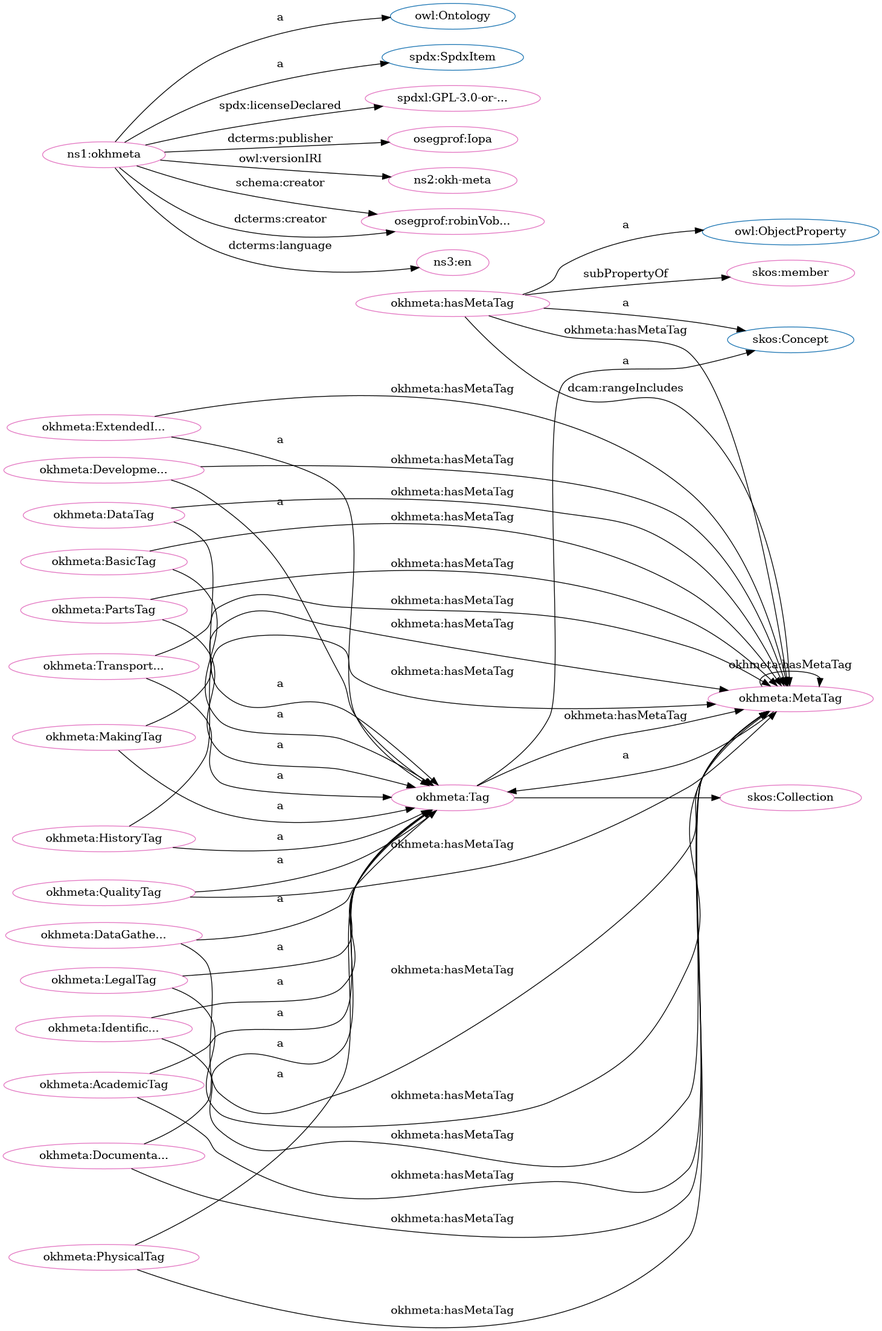
iop-alliance/OpenKnowHow keeps this Graphviz diagram as src/spec/dot_okh-meta.png. Above is the earlier version. Its source is kept beside it as src/spec/dot_okh-meta.dot.
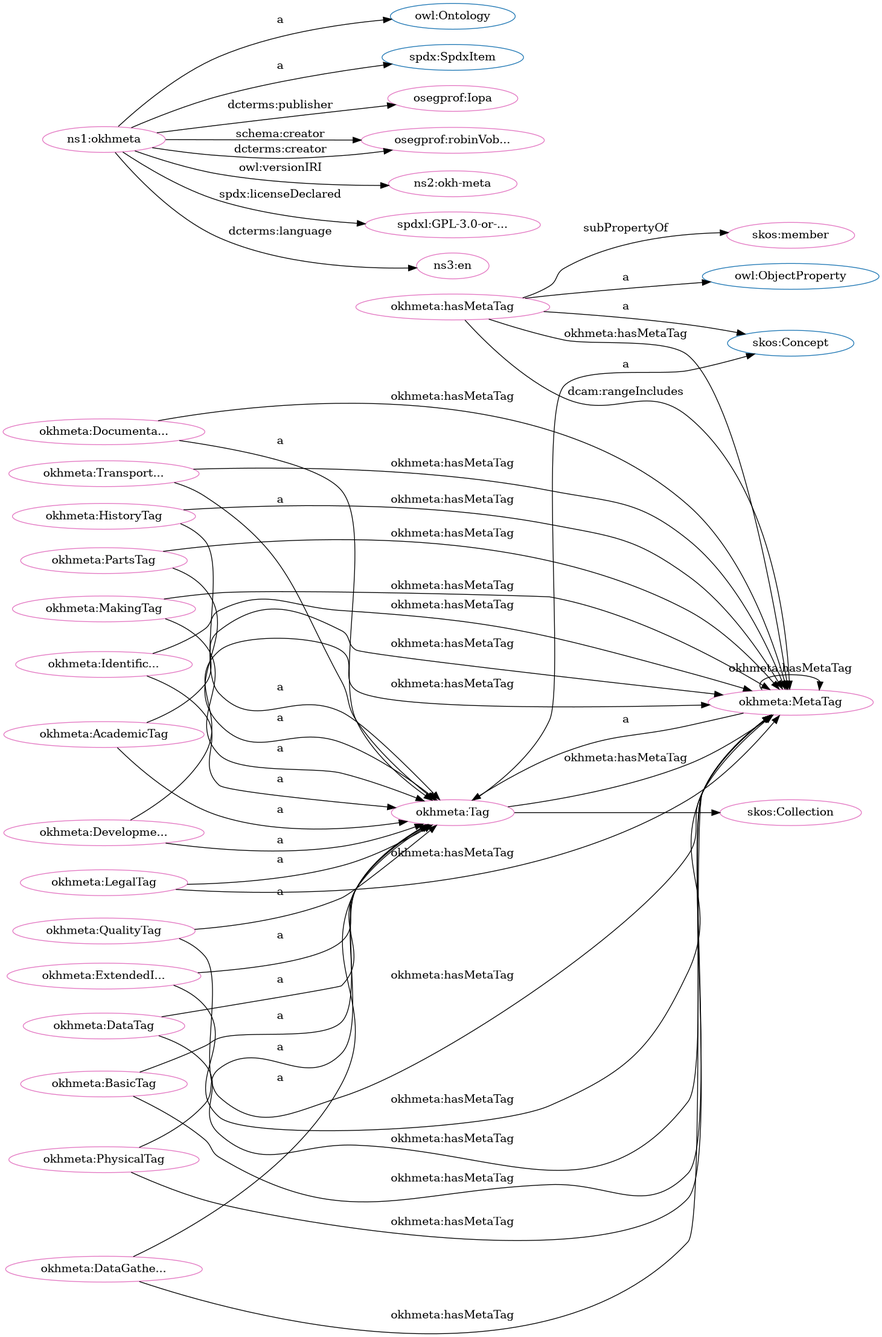
After the commit.

The edit, as a diff of the source:
```diff
@@ -1,84 +1,84 @@
 digraph G {
   rankdir=BT
   node[height=.3]
+"http://www.w3.org/2004/02/skos/core#Concept" [fillcolor="#1f77b4" color="#1f77b4" label="skos:Concept"]
+"http://w3id.org/oseg/ont/okhmeta#Tag" [fillcolor="#1f77b4" color="#1f77b4" label="okhmeta:Tag"]
 "http://www.w3.org/2004/02/skos/core#Collection" [fillcolor="#1f77b4" color="#1f77b4" label="skos:Collection"]
 "http://www.w3.org/2002/07/owl#Ontology" [fillcolor="#1f77b4" color="#1f77b4" label="owl:Ontology"]
+"http://spdx.org/rdf/terms#SpdxItem" [fillcolor="#1f77b4" color="#1f77b4" label="spdx:SpdxItem"]
 "http://www.w3.org/2002/07/owl#ObjectProperty" [fillcolor="#1f77b4" color="#1f77b4" label="owl:ObjectProperty"]
-"http://w3id.org/oseg/ont/okhmeta#Tag" [fillcolor="#1f77b4" color="#1f77b4" label="okhmeta:Tag"]
-"http://www.w3.org/2004/02/skos/core#Concept" [fillcolor="#1f77b4" color="#1f77b4" label="skos:Concept"]
-"http://spdx.org/rdf/terms#SpdxItem" [fillcolor="#1f77b4" color="#1f77b4" label="spdx:SpdxItem"]
 "http://w3id.org/oseg/ont/okhmeta" [fillcolor="#e377c2" color="#e377c2" label="ns1:okhmeta"]
 "http://w3id.org/oseg/ont/okhmeta#MetaTag" [fillcolor="#e377c2" color="#e377c2" label="okhmeta:MetaTag"]
+"http://w3id.org/oseg/ont/oseg-profiles#Iopa" [fillcolor="#e377c2" color="#e377c2" label="osegprof:Iopa"]
+"http://w3id.org/oseg/ont/oseg-profiles#robinVobruba" [fillcolor="#e377c2" color="#e377c2" label="osegprof:robinVob..."]
+"http://w3id.org/oseg/ont/okhmeta#hasMetaTag" [fillcolor="#e377c2" color="#e377c2" label="okhmeta:hasMetaTag"]
+"http://w3id.org/oseg/ont/okhmeta#ExtendedInfoTag" [fillcolor="#e377c2" color="#e377c2" label="okhmeta:ExtendedI..."]
+"http://w3id.org/oseg/ont/okhmeta#HistoryTag" [fillcolor="#e377c2" color="#e377c2" label="okhmeta:HistoryTag"]
+"http://w3id.org/oseg/ont/okhmeta#DocumentationTag" [fillcolor="#e377c2" color="#e377c2" label="okhmeta:Documenta..."]
+"http://w3id.org/oseg/ont/okhmeta#QualityTag" [fillcolor="#e377c2" color="#e377c2" label="okhmeta:QualityTag"]
+"http://w3id.org/oseg/ont/okhmeta#IdentificationTag" [fillcolor="#e377c2" color="#e377c2" label="okhmeta:Identific..."]
+"http://w3id.org/oseg/ont/okhmeta#TransportationTag" [fillcolor="#e377c2" color="#e377c2" label="okhmeta:Transport..."]
+"http://www.w3.org/2004/02/skos/core#Collection" [fillcolor="#e377c2" color="#e377c2" label="skos:Collection"]
+"http://w3id.org/oseg/ont/okhmeta#PhysicalTag" [fillcolor="#e377c2" color="#e377c2" label="okhmeta:PhysicalTag"]
+"http://w3id.org/oseg/ont/okhmeta#LegalTag" [fillcolor="#e377c2" color="#e377c2" label="okhmeta:LegalTag"]
+"http://w3id.org/oseg/ont/okhmeta#DataGatheringTag" [fillcolor="#e377c2" color="#e377c2" label="okhmeta:DataGathe..."]
+"http://w3id.org/oseg/ont/1.1.0/okh-meta" [fillcolor="#e377c2" color="#e377c2" label="ns2:okh-meta"]
+"http://w3id.org/oseg/ont/okhmeta#AcademicTag" [fillcolor="#e377c2" color="#e377c2" label="okhmeta:AcademicTag"]
+"http://w3id.org/oseg/ont/okhmeta#Tag" [fillcolor="#e377c2" color="#e377c2" label="okhmeta:Tag"]
+"http://www.w3.org/2004/02/skos/core#member" [fillcolor="#e377c2" color="#e377c2" label="skos:member"]
+"http://spdx.org/licenses/GPL-3.0-or-later" [fillcolor="#e377c2" color="#e377c2" label="spdxl:GPL-3.0-or-..."]
+"http://id.loc.gov/vocabulary/iso639-1/en" [fillcolor="#e377c2" color="#e377c2" label="ns3:en"]
+"http://w3id.org/oseg/ont/okhmeta#BasicTag" [fillcolor="#e377c2" color="#e377c2" label="okhmeta:BasicTag"]
+"http://w3id.org/oseg/ont/okhmeta#DevelopmentTag" [fillcolor="#e377c2" color="#e377c2" label="okhmeta:Developme..."]
+"http://w3id.org/oseg/ont/okhmeta#MakingTag" [fillcolor="#e377c2" color="#e377c2" label="okhmeta:MakingTag"]
+"http://w3id.org/oseg/ont/okhmeta#DataTag" [fillcolor="#e377c2" color="#e377c2" label="okhmeta:DataTag"]
 "http://w3id.org/oseg/ont/okhmeta#PartsTag" [fillcolor="#e377c2" color="#e377c2" label="okhmeta:PartsTag"]
-"http://www.w3.org/2004/02/skos/core#member" [fillcolor="#e377c2" color="#e377c2" label="skos:member"]
-"http://w3id.org/oseg/ont/okhmeta#AcademicTag" [fillcolor="#e377c2" color="#e377c2" label="okhmeta:AcademicTag"]
-"http://www.w3.org/2004/02/skos/core#Collection" [fillcolor="#e377c2" color="#e377c2" label="skos:Collection"]
-"http://w3id.org/oseg/ont/okhmeta#hasMetaTag" [fillcolor="#e377c2" color="#e377c2" label="okhmeta:hasMetaTag"]
-"http://spdx.org/licenses/GPL-3.0-or-later" [fillcolor="#e377c2" color="#e377c2" label="spdxl:GPL-3.0-or-..."]
-"http://w3id.org/oseg/ont/okhmeta#ExtendedInfoTag" [fillcolor="#e377c2" color="#e377c2" label="okhmeta:ExtendedI..."]
-"http://w3id.org/oseg/ont/okhmeta#DataGatheringTag" [fillcolor="#e377c2" color="#e377c2" label="okhmeta:DataGathe..."]
-"http://w3id.org/oseg/ont/okhmeta#IdentificationTag" [fillcolor="#e377c2" color="#e377c2" label="okhmeta:Identific..."]
-"http://w3id.org/oseg/ont/okhmeta#DevelopmentTag" [fillcolor="#e377c2" color="#e377c2" label="okhmeta:Developme..."]
-"http://w3id.org/oseg/ont/oseg-profiles#Iopa" [fillcolor="#e377c2" color="#e377c2" label="osegprof:Iopa"]
-"http://w3id.org/oseg/ont/okhmeta#DataTag" [fillcolor="#e377c2" color="#e377c2" label="okhmeta:DataTag"]
-"http://w3id.org/oseg/ont/okhmeta#QualityTag" [fillcolor="#e377c2" color="#e377c2" label="okhmeta:QualityTag"]
-"http://w3id.org/oseg/ont/1.1.0/okh-meta" [fillcolor="#e377c2" color="#e377c2" label="ns2:okh-meta"]
-"http://w3id.org/oseg/ont/oseg-profiles#robinVobruba" [fillcolor="#e377c2" color="#e377c2" label="osegprof:robinVob..."]
-"http://w3id.org/oseg/ont/okhmeta#Tag" [fillcolor="#e377c2" color="#e377c2" label="okhmeta:Tag"]
-"http://w3id.org/oseg/ont/okhmeta#PhysicalTag" [fillcolor="#e377c2" color="#e377c2" label="okhmeta:PhysicalTag"]
-"http://w3id.org/oseg/ont/okhmeta#MakingTag" [fillcolor="#e377c2" color="#e377c2" label="okhmeta:MakingTag"]
-"http://w3id.org/oseg/ont/okhmeta#DocumentationTag" [fillcolor="#e377c2" color="#e377c2" label="okhmeta:Documenta..."]
-"http://w3id.org/oseg/ont/okhmeta#HistoryTag" [fillcolor="#e377c2" color="#e377c2" label="okhmeta:HistoryTag"]
-"http://w3id.org/oseg/ont/okhmeta#LegalTag" [fillcolor="#e377c2" color="#e377c2" label="okhmeta:LegalTag"]
-"http://w3id.org/oseg/ont/okhmeta#TransportationTag" [fillcolor="#e377c2" color="#e377c2" label="okhmeta:Transport..."]
-"http://w3id.org/oseg/ont/okhmeta#BasicTag" [fillcolor="#e377c2" color="#e377c2" label="okhmeta:BasicTag"]
-"http://id.loc.gov/vocabulary/iso639-1/en" [fillcolor="#e377c2" color="#e377c2" label="ns3:en"]
-  "http://w3id.org/oseg/ont/okhmeta#HistoryTag" -> "http://w3id.org/oseg/ont/okhmeta#MetaTag" [label="okhmeta:hasMetaTag"]
+  "http://w3id.org/oseg/ont/okhmeta#Tag" -> "http://w3id.org/oseg/ont/okhmeta#MetaTag" [label="okhmeta:hasMetaTag"]
+  "http://w3id.org/oseg/ont/okhmeta" -> "http://w3id.org/oseg/ont/oseg-profiles#robinVobruba" [label="schema:creator"]
+  "http://w3id.org/oseg/ont/okhmeta#HistoryTag" -> "http://w3id.org/oseg/ont/okhmeta#Tag" [label="a"]
+  "http://w3id.org/oseg/ont/okhmeta#MetaTag" -> "http://w3id.org/oseg/ont/okhmeta#MetaTag" [label="okhmeta:hasMetaTag"]
+  "http://w3id.org/oseg/ont/okhmeta#hasMetaTag" -> "http://www.w3.org/2004/02/skos/core#Concept" [label="a"]
+  "http://w3id.org/oseg/ont/okhmeta#QualityTag" -> "http://w3id.org/oseg/ont/okhmeta#Tag" [label="a"]
+  "http://w3id.org/oseg/ont/okhmeta#hasMetaTag" -> "http://w3id.org/oseg/ont/okhmeta#MetaTag" [label="dcam:rangeIncludes"]
   "http://w3id.org/oseg/ont/okhmeta#Tag" -> "http://www.w3.org/2004/02/skos/core#Collection" [label=""]
+  "http://w3id.org/oseg/ont/okhmeta#LegalTag" -> "http://w3id.org/oseg/ont/okhmeta#Tag" [label="a"]
+  "http://w3id.org/oseg/ont/okhmeta" -> "http://w3id.org/oseg/ont/1.1.0/okh-meta" [label="owl:versionIRI"]
+  "http://w3id.org/oseg/ont/okhmeta#DevelopmentTag" -> "http://w3id.org/oseg/ont/okhmeta#MetaTag" [label="okhmeta:hasMetaTag"]
+  "http://w3id.org/oseg/ont/okhmeta#AcademicTag" -> "http://w3id.org/oseg/ont/okhmeta#Tag" [label="a"]
+  "http://w3id.org/oseg/ont/okhmeta#Tag" -> "http://www.w3.org/2004/02/skos/core#Concept" [label="a"]
+  "http://w3id.org/oseg/ont/okhmeta#MetaTag" -> "http://w3id.org/oseg/ont/okhmeta#Tag" [label="a"]
+  "http://w3id.org/oseg/ont/okhmeta#DataGatheringTag" -> "http://w3id.org/oseg/ont/okhmeta#MetaTag" [label="okhmeta:hasMetaTag"]
   "http://w3id.org/oseg/ont/okhmeta" -> "http://spdx.org/licenses/GPL-3.0-or-later" [label="spdx:licenseDeclared"]
+  "http://w3id.org/oseg/ont/okhmeta#ExtendedInfoTag" -> "http://w3id.org/oseg/ont/okhmeta#MetaTag" [label="okhmeta:hasMetaTag"]
+  "http://w3id.org/oseg/ont/okhmeta#DocumentationTag" -> "http://w3id.org/oseg/ont/okhmeta#MetaTag" [label="okhmeta:hasMetaTag"]
+  "http://w3id.org/oseg/ont/okhmeta" -> "http://w3id.org/oseg/ont/oseg-profiles#robinVobruba" [label="dcterms:creator"]
+  "http://w3id.org/oseg/ont/okhmeta#IdentificationTag" -> "http://w3id.org/oseg/ont/okhmeta#MetaTag" [label="okhmeta:hasMetaTag"]
+  "http://w3id.org/oseg/ont/okhmeta" -> "http://www.w3.org/2002/07/owl#Ontology" [label="a"]
+  "http://w3id.org/oseg/ont/okhmeta#PhysicalTag" -> "http://w3id.org/oseg/ont/okhmeta#MetaTag" [label="okhmeta:hasMetaTag"]
+  "http://w3id.org/oseg/ont/okhmeta" -> "http://w3id.org/oseg/ont/oseg-profiles#Iopa" [label="dcterms:publisher"]
+  "http://w3id.org/oseg/ont/okhmeta#LegalTag" -> "http://w3id.org/oseg/ont/okhmeta#MetaTag" [label="okhmeta:hasMetaTag"]
   "http://w3id.org/oseg/ont/okhmeta#hasMetaTag" -> "http://www.w3.org/2002/07/owl#ObjectProperty" [label="a"]
   "http://w3id.org/oseg/ont/okhmeta#ExtendedInfoTag" -> "http://w3id.org/oseg/ont/okhmeta#Tag" [label="a"]
+  "http://w3id.org/oseg/ont/okhmeta#AcademicTag" -> "http://w3id.org/oseg/ont/okhmeta#MetaTag" [label="okhmeta:hasMetaTag"]
+  "http://w3id.org/oseg/ont/okhmeta#DocumentationTag" -> "http://w3id.org/oseg/ont/okhmeta#Tag" [label="a"]
+  "http://w3id.org/oseg/ont/okhmeta#IdentificationTag" -> "http://w3id.org/oseg/ont/okhmeta#Tag" [label="a"]
+  "http://w3id.org/oseg/ont/okhmeta#TransportationTag" -> "http://w3id.org/oseg/ont/okhmeta#Tag" [label="a"]
+  "http://w3id.org/oseg/ont/okhmeta#BasicTag" -> "http://w3id.org/oseg/ont/okhmeta#MetaTag" [label="okhmeta:hasMetaTag"]
+  "http://w3id.org/oseg/ont/okhmeta#MakingTag" -> "http://w3id.org/oseg/ont/okhmeta#MetaTag" [label="okhmeta:hasMetaTag"]
+  "http://w3id.org/oseg/ont/okhmeta#PhysicalTag" -> "http://w3id.org/oseg/ont/okhmeta#Tag" [label="a"]
+  "http://w3id.org/oseg/ont/okhmeta#DataGatheringTag" -> "http://w3id.org/oseg/ont/okhmeta#Tag" [label="a"]
+  "http://w3id.org/oseg/ont/okhmeta#PartsTag" -> "http://w3id.org/oseg/ont/okhmeta#MetaTag" [label="okhmeta:hasMetaTag"]
+  "http://w3id.org/oseg/ont/okhmeta#DataTag" -> "http://w3id.org/oseg/ont/okhmeta#MetaTag" [label="okhmeta:hasMetaTag"]
+  "http://w3id.org/oseg/ont/okhmeta#hasMetaTag" -> "http://www.w3.org/2004/02/skos/core#member" [label="subPropertyOf"]
+  "http://w3id.org/oseg/ont/okhmeta#TransportationTag" -> "http://w3id.org/oseg/ont/okhmeta#MetaTag" [label="okhmeta:hasMetaTag"]
+  "http://w3id.org/oseg/ont/okhmeta" -> "http://spdx.org/rdf/terms#SpdxItem" [label="a"]
+  "http://w3id.org/oseg/ont/okhmeta" -> "http://id.loc.gov/vocabulary/iso639-1/en" [label="dcterms:language"]
+  "http://w3id.org/oseg/ont/okhmeta#BasicTag" -> "http://w3id.org/oseg/ont/okhmeta#Tag" [label="a"]
+  "http://w3id.org/oseg/ont/okhmeta#hasMetaTag" -> "http://w3id.org/oseg/ont/okhmeta#MetaTag" [label="okhmeta:hasMetaTag"]
   "http://w3id.org/oseg/ont/okhmeta#DevelopmentTag" -> "http://w3id.org/oseg/ont/okhmeta#Tag" [label="a"]
+  "http://w3id.org/oseg/ont/okhmeta#MakingTag" -> "http://w3id.org/oseg/ont/okhmeta#Tag" [label="a"]
+  "http://w3id.org/oseg/ont/okhmeta#HistoryTag" -> "http://w3id.org/oseg/ont/okhmeta#MetaTag" [label="okhmeta:hasMetaTag"]
   "http://w3id.org/oseg/ont/okhmeta#DataTag" -> "http://w3id.org/oseg/ont/okhmeta#Tag" [label="a"]
-  "http://w3id.org/oseg/ont/okhmeta#MetaTag" -> "http://w3id.org/oseg/ont/okhmeta#Tag" [label="a"]
-  "http://w3id.org/oseg/ont/okhmeta" -> "http://w3id.org/oseg/ont/oseg-profiles#robinVobruba" [label="schema:creator"]
-  "http://w3id.org/oseg/ont/okhmeta#hasMetaTag" -> "http://w3id.org/oseg/ont/okhmeta#MetaTag" [label="okhmeta:hasMetaTag"]
-  "http://w3id.org/oseg/ont/okhmeta" -> "http://spdx.org/rdf/terms#SpdxItem" [label="a"]
-  "http://w3id.org/oseg/ont/okhmeta" -> "http://w3id.org/oseg/ont/oseg-profiles#robinVobruba" [label="dcterms:creator"]
-  "http://w3id.org/oseg/ont/okhmeta#MetaTag" -> "http://w3id.org/oseg/ont/okhmeta#MetaTag" [label="okhmeta:hasMetaTag"]
-  "http://w3id.org/oseg/ont/okhmeta#TransportationTag" -> "http://w3id.org/oseg/ont/okhmeta#MetaTag" [label="okhmeta:hasMetaTag"]
-  "http://w3id.org/oseg/ont/okhmeta#BasicTag" -> "http://w3id.org/oseg/ont/okhmeta#MetaTag" [label="okhmeta:hasMetaTag"]
-  "http://w3id.org/oseg/ont/okhmeta#Tag" -> "http://w3id.org/oseg/ont/okhmeta#MetaTag" [label="okhmeta:hasMetaTag"]
-  "http://w3id.org/oseg/ont/okhmeta#IdentificationTag" -> "http://w3id.org/oseg/ont/okhmeta#MetaTag" [label="okhmeta:hasMetaTag"]
-  "http://w3id.org/oseg/ont/okhmeta#HistoryTag" -> "http://w3id.org/oseg/ont/okhmeta#Tag" [label="a"]
-  "http://w3id.org/oseg/ont/okhmeta#LegalTag" -> "http://w3id.org/oseg/ont/okhmeta#Tag" [label="a"]
-  "http://w3id.org/oseg/ont/okhmeta#TransportationTag" -> "http://w3id.org/oseg/ont/okhmeta#Tag" [label="a"]
-  "http://w3id.org/oseg/ont/okhmeta#BasicTag" -> "http://w3id.org/oseg/ont/okhmeta#Tag" [label="a"]
-  "http://w3id.org/oseg/ont/okhmeta" -> "http://id.loc.gov/vocabulary/iso639-1/en" [label="dcterms:language"]
   "http://w3id.org/oseg/ont/okhmeta#QualityTag" -> "http://w3id.org/oseg/ont/okhmeta#MetaTag" [label="okhmeta:hasMetaTag"]
-  "http://w3id.org/oseg/ont/okhmeta" -> "http://www.w3.org/2002/07/owl#Ontology" [label="a"]
-  "http://w3id.org/oseg/ont/okhmeta#hasMetaTag" -> "http://w3id.org/oseg/ont/okhmeta#MetaTag" [label="dcam:rangeIncludes"]
   "http://w3id.org/oseg/ont/okhmeta#PartsTag" -> "http://w3id.org/oseg/ont/okhmeta#Tag" [label="a"]
-  "http://w3id.org/oseg/ont/okhmeta#hasMetaTag" -> "http://www.w3.org/2004/02/skos/core#member" [label="subPropertyOf"]
-  "http://w3id.org/oseg/ont/okhmeta#AcademicTag" -> "http://w3id.org/oseg/ont/okhmeta#Tag" [label="a"]
-  "http://w3id.org/oseg/ont/okhmeta#hasMetaTag" -> "http://www.w3.org/2004/02/skos/core#Concept" [label="a"]
-  "http://w3id.org/oseg/ont/okhmeta#PartsTag" -> "http://w3id.org/oseg/ont/okhmeta#MetaTag" [label="okhmeta:hasMetaTag"]
-  "http://w3id.org/oseg/ont/okhmeta#AcademicTag" -> "http://w3id.org/oseg/ont/okhmeta#MetaTag" [label="okhmeta:hasMetaTag"]
-  "http://w3id.org/oseg/ont/okhmeta#DataGatheringTag" -> "http://w3id.org/oseg/ont/okhmeta#Tag" [label="a"]
-  "http://w3id.org/oseg/ont/okhmeta#IdentificationTag" -> "http://w3id.org/oseg/ont/okhmeta#Tag" [label="a"]
-  "http://w3id.org/oseg/ont/okhmeta#PhysicalTag" -> "http://w3id.org/oseg/ont/okhmeta#MetaTag" [label="okhmeta:hasMetaTag"]
-  "http://w3id.org/oseg/ont/okhmeta" -> "http://w3id.org/oseg/ont/oseg-profiles#Iopa" [label="dcterms:publisher"]
-  "http://w3id.org/oseg/ont/okhmeta#MakingTag" -> "http://w3id.org/oseg/ont/okhmeta#MetaTag" [label="okhmeta:hasMetaTag"]
-  "http://w3id.org/oseg/ont/okhmeta#DataGatheringTag" -> "http://w3id.org/oseg/ont/okhmeta#MetaTag" [label="okhmeta:hasMetaTag"]
-  "http://w3id.org/oseg/ont/okhmeta#QualityTag" -> "http://w3id.org/oseg/ont/okhmeta#Tag" [label="a"]
-  "http://w3id.org/oseg/ont/okhmeta" -> "http://w3id.org/oseg/ont/1.1.0/okh-meta" [label="owl:versionIRI"]
-  "http://w3id.org/oseg/ont/okhmeta#Tag" -> "http://www.w3.org/2004/02/skos/core#Concept" [label="a"]
-  "http://w3id.org/oseg/ont/okhmeta#PhysicalTag" -> "http://w3id.org/oseg/ont/okhmeta#Tag" [label="a"]
-  "http://w3id.org/oseg/ont/okhmeta#MakingTag" -> "http://w3id.org/oseg/ont/okhmeta#Tag" [label="a"]
-  "http://w3id.org/oseg/ont/okhmeta#DocumentationTag" -> "http://w3id.org/oseg/ont/okhmeta#Tag" [label="a"]
-  "http://w3id.org/oseg/ont/okhmeta#ExtendedInfoTag" -> "http://w3id.org/oseg/ont/okhmeta#MetaTag" [label="okhmeta:hasMetaTag"]
-  "http://w3id.org/oseg/ont/okhmeta#DevelopmentTag" -> "http://w3id.org/oseg/ont/okhmeta#MetaTag" [label="okhmeta:hasMetaTag"]
-  "http://w3id.org/oseg/ont/okhmeta#DocumentationTag" -> "http://w3id.org/oseg/ont/okhmeta#MetaTag" [label="okhmeta:hasMetaTag"]
-  "http://w3id.org/oseg/ont/okhmeta#LegalTag" -> "http://w3id.org/oseg/ont/okhmeta#MetaTag" [label="okhmeta:hasMetaTag"]
-  "http://w3id.org/oseg/ont/okhmeta#DataTag" -> "http://w3id.org/oseg/ont/okhmeta#MetaTag" [label="okhmeta:hasMetaTag"]
 }
```
